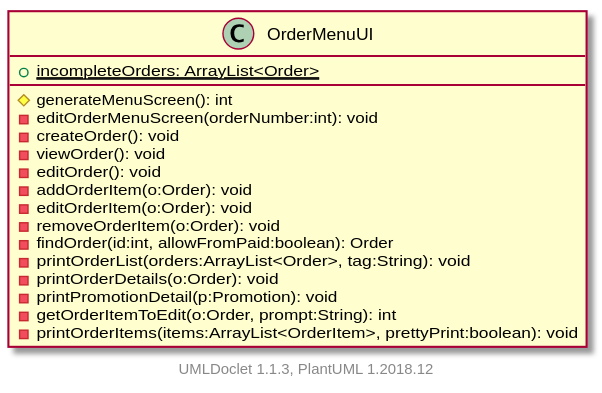
itachi1706/How-to-use-Git-NTUSCSE1819-Site keeps this PlantUML diagram as projects/oodp/html/umlversion/uml/sg.edu.ntu.scse.cz2002.ui.OrderMenuUI.svg. Above is the earlier version.
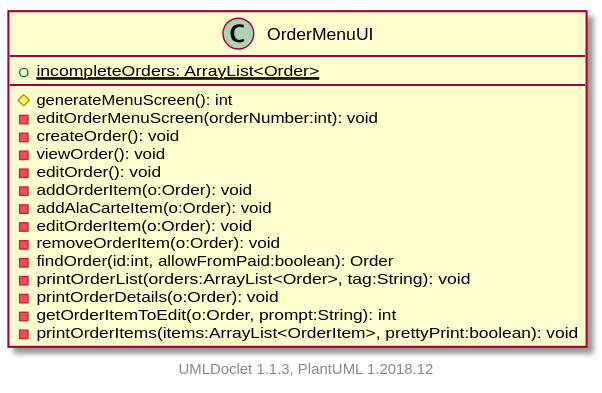
The same file after the commit.

Change to the diagram source:
```diff
@@ -8,12 +8,12 @@
         -viewOrder(): void
         -editOrder(): void
         -addOrderItem(o:Order): void
+        -addAlaCarteItem(o:Order): void
         -editOrderItem(o:Order): void
         -removeOrderItem(o:Order): void
         -findOrder(id:int, allowFromPaid:boolean): Order
         -printOrderList(orders:ArrayList<Order>, tag:String): void
         -printOrderDetails(o:Order): void
-        -printPromotionDetail(p:Promotion): void
         -getOrderItemToEdit(o:Order, prompt:String): int
         -printOrderItems(items:ArrayList<OrderItem>, prettyPrint:boolean): void
     }
```
